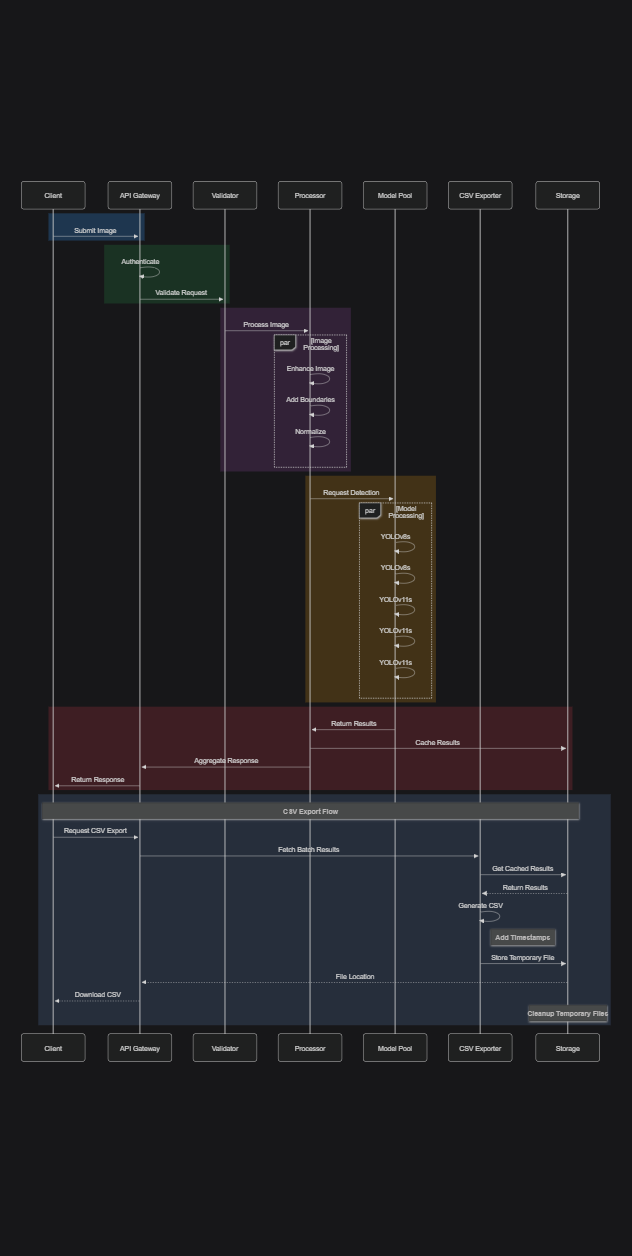
Before: docs/images/Detailed Processing Pipeline.png, a diagram exported from Mermaid (Dhruv0306/SymphonyProject1). Its source is kept beside it as docs/images/Detailed Processing Pipeline.mmd.
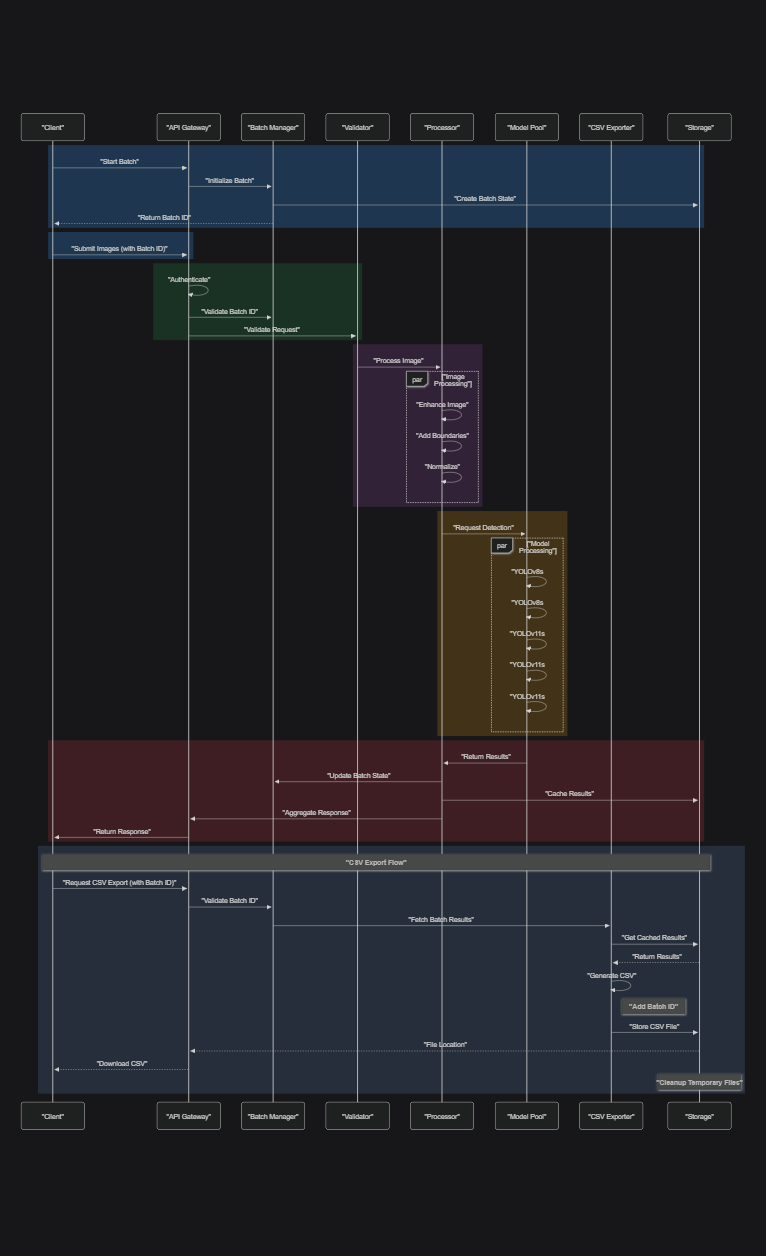
After the change.

The edit, as a diff of the source:
```diff
@@ -1,61 +1,72 @@
-%%{init:{'theme': 'dark','themeVariables': {'fontFamily': 'arial','fontSize': '22px','messageFontWeight': 'bold','noteFontWeight': 'bold'}}}%%
+%%{init:{'theme': 'dark','themeVariables': {'fontFamily': 'arial','fontSize': '22px','fontWeight': 'bold','messageFontWeight': 'bold','noteFontWeight': 'bold'}}}%%
 sequenceDiagram
-    participant C as Client
-    participant A as API Gateway
-    participant V as Validator
-    participant P as Processor
-    participant M as Model Pool
-    participant E as CSV Exporter
-    participant S as Storage
+    participant C as "Client"
+    participant A as "API Gateway"
+    participant B as "Batch Manager"
+    participant V as "Validator"
+    participant P as "Processor"
+    participant M as "Model Pool"
+    participant E as "CSV Exporter"
+    participant S as "Storage"
 
     rect rgba(40, 100, 160, 0.4)
-        C->>A: Submit Image
+        C->>A: "Start Batch"
+        A->>B: "Initialize Batch"
+        B->>S: "Create Batch State"
+        B-->>C: "Return Batch ID"
+    end
+
+    rect rgba(40, 100, 160, 0.4)
+        C->>A: "Submit Images (with Batch ID)"
     end
 
     rect rgba(30, 90, 50, 0.4)
-        A->>A: Authenticate
-        A->>V: Validate Request
+        A->>A: "Authenticate"
+        A->>B: "Validate Batch ID"
+        A->>V: "Validate Request"
     end
 
     rect rgba(90, 50, 100, 0.4)
-        V->>P: Process Image
+        V->>P: "Process Image"
 
-        par Image Processing
-            P->>P: Enhance Image
-            P->>P: Add Boundaries
-            P->>P: Normalize
+        par "Image Processing"
+            P->>P: "Enhance Image"
+            P->>P: "Add Boundaries"
+            P->>P: "Normalize"
         end
     end
 
     rect rgba(130, 90, 20, 0.4)
-        P->>M: Request Detection
+        P->>M: "Request Detection"
 
-        par Model Processing
-            M->>M: YOLOv8s #1
-            M->>M: YOLOv8s #2
-            M->>M: YOLOv11s #1
-            M->>M: YOLOv11s #2
-            M->>M: YOLOv11s #3
+        par "Model Processing"
+            M->>M: "YOLOv8s #1"
+            M->>M: "YOLOv8s #2"
+            M->>M: "YOLOv11s #1"
+            M->>M: "YOLOv11s #2"
+            M->>M: "YOLOv11s #3"
         end
     end
 
     rect rgba(120, 40, 50, 0.4)
-        M->>P: Return Results
-        P->>S: Cache Results
-        P->>A: Aggregate Response
-        A->>C: Return Response
+        M->>P: "Return Results"
+        P->>B: "Update Batch State"
+        P->>S: "Cache Results"
+        P->>A: "Aggregate Response"
+        A->>C: "Return Response"
     end
 
     rect rgba(60, 80, 110, 0.4)
-        Note over C,S: CSV Export Flow
-        C->>A: Request CSV Export
-        A->>E: Fetch Batch Results
-        E->>S: Get Cached Results
-        S-->>E: Return Results
-        E->>E: Generate CSV
-        Note right of E: Add Timestamps
-        E->>S: Store Temporary File
-        S-->>A: File Location
-        A-->>C: Download CSV
-        Note over S: Cleanup Temporary Files
+        Note over C,S: "CSV Export Flow"
+        C->>A: "Request CSV Export (with Batch ID)"
+        A->>B: "Validate Batch ID"
+        B->>E: "Fetch Batch Results"
+        E->>S: "Get Cached Results"
+        S-->>E: "Return Results"
+        E->>E: "Generate CSV"
+        Note right of E: "Add Batch ID"
+        E->>S: "Store CSV File"
+        S-->>A: "File Location"
+        A-->>C: "Download CSV"
+        Note over S: "Cleanup Temporary Files"
     end
```
